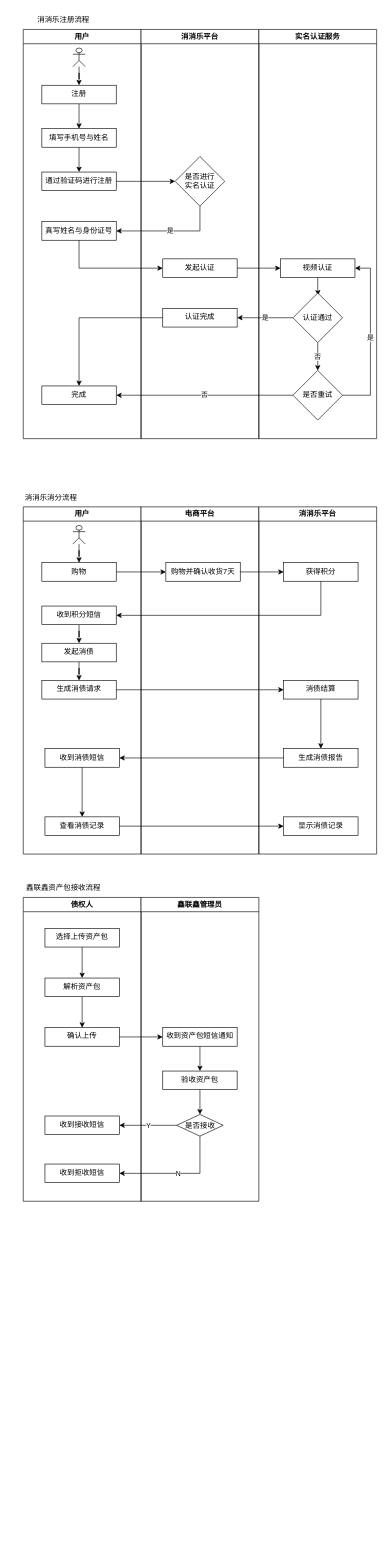
Earlier version of the draw.io diagram 祝融.drawio (ruopuzi/draw.io). Source tidied: cells renumbered, new cells numbered last; positions are measured from the earlier drawing's top-left corner, leaving out a move shared by most shapes. Both pictures are drawn from the tidied source at 62%, with x=0, y=0 at pixel (11, 11).
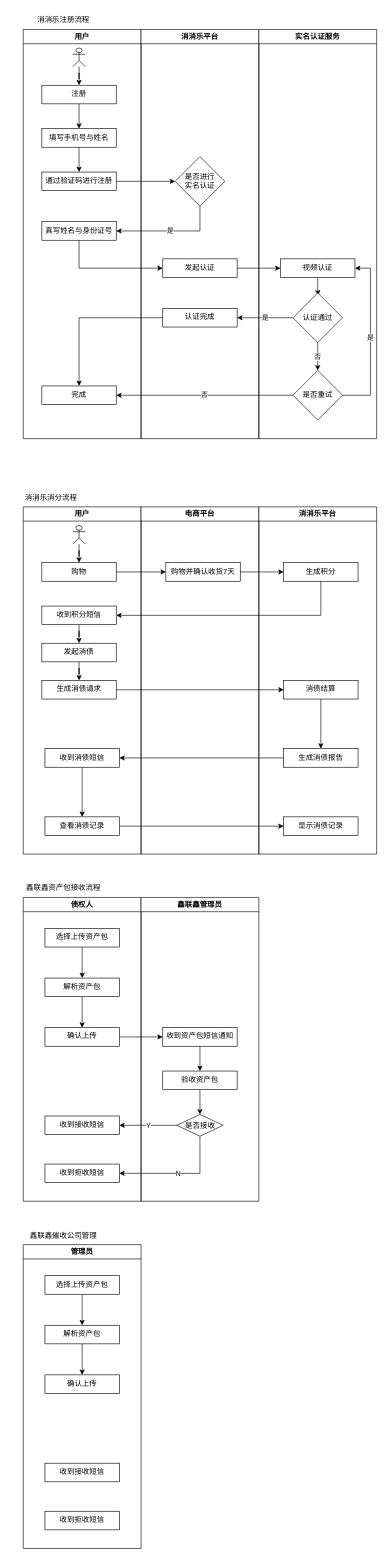
After the change.

Unchanged cells that the change refers to:
```xml
<mxCell id="46" value="消消乐平台" style="swimlane;whiteSpace=wrap;html=1;" parent="1" vertex="1">
  <mxGeometry x="400" y="800" width="190" height="560" as="geometry" />
</mxCell>
```

What changed in the source:
```diff
@@
-    <mxCell id="47" value="获得积分" style="whiteSpace=wrap;html=1;verticalAlign=top;" parent="46" vertex="1">
+    <mxCell id="47" value="生成积分" style="whiteSpace=wrap;html=1;verticalAlign=top;" parent="46" vertex="1">
       <mxGeometry x="40" y="90" width="120" height="30" as="geometry" />
     </mxCell>
@@
+    <mxCell id="76" value="管理员" style="swimlane;whiteSpace=wrap;html=1;" parent="1" vertex="1">
+      <mxGeometry x="20" y="1990" width="190" height="490" as="geometry" />
+    </mxCell>
+    <mxCell id="77" style="edgeStyle=orthogonalEdgeStyle;rounded=0;jettySize=auto;html=1;exitX=0.5;exitY=1;exitDx=0;exitDy=0;" parent="76" edge="1" source="78" target="80">
+      <mxGeometry relative="1" as="geometry" />
+    </mxCell>
+    <mxCell id="78" value="选择上传资产包" style="whiteSpace=wrap;html=1;verticalAlign=top;" parent="76" vertex="1">
+      <mxGeometry x="35" y="50" width="120" height="30" as="geometry" />
+    </mxCell>
+    <mxCell id="79" style="edgeStyle=orthogonalEdgeStyle;rounded=0;jettySize=auto;html=1;" parent="76" edge="1" source="80" target="81">
+      <mxGeometry relative="1" as="geometry" />
+    </mxCell>
+    <mxCell id="80" value="解析资产包" style="whiteSpace=wrap;html=1;verticalAlign=top;" parent="76" vertex="1">
+      <mxGeometry x="35" y="130" width="120" height="30" as="geometry" />
+    </mxCell>
+    <mxCell id="81" value="确认上传" style="whiteSpace=wrap;html=1;verticalAlign=top;" parent="76" vertex="1">
+      <mxGeometry x="35" y="210" width="120" height="30" as="geometry" />
+    </mxCell>
+    <mxCell id="82" value="收到接收短信" style="whiteSpace=wrap;html=1;verticalAlign=top;" parent="76" vertex="1">
+      <mxGeometry x="35" y="352.5" width="120" height="30" as="geometry" />
+    </mxCell>
+    <mxCell id="83" value="收到拒收短信" style="whiteSpace=wrap;html=1;verticalAlign=top;" parent="76" vertex="1">
+      <mxGeometry x="35" y="430" width="120" height="30" as="geometry" />
+    </mxCell>
+    <mxCell id="84" value="鑫联鑫催收公司管理" style="text;html=1;strokeColor=none;fillColor=none;align=center;verticalAlign=middle;whiteSpace=wrap;rounded=0;" parent="1" vertex="1">
+      <mxGeometry x="20" y="1960" width="130" height="30" as="geometry" />
+    </mxCell>
```
